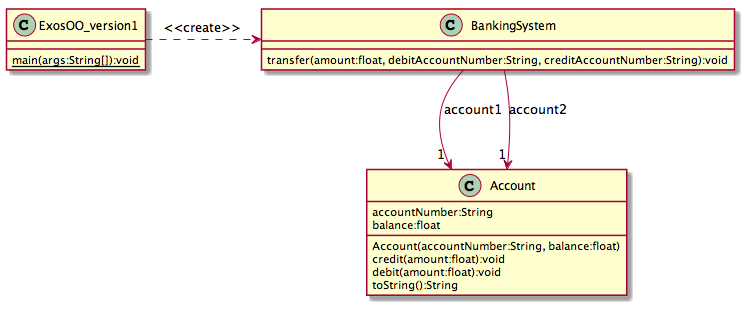
The PlantUML diagram IntroDiagrammes/uml/ExosOO_version1_cd.png in profesig/exosOO, before a commit.
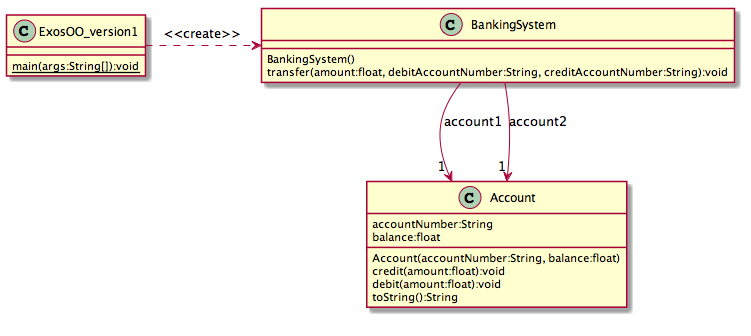
The same diagram one commit later.

Commit message:
rajout constructeur

Diff of the diagram source:
```diff
@@ -6,6 +6,7 @@
 }
 
 class BankingSystem {
+BankingSystem()
 transfer(amount:float, debitAccountNumber:String, creditAccountNumber:String):void
 
 }
```
